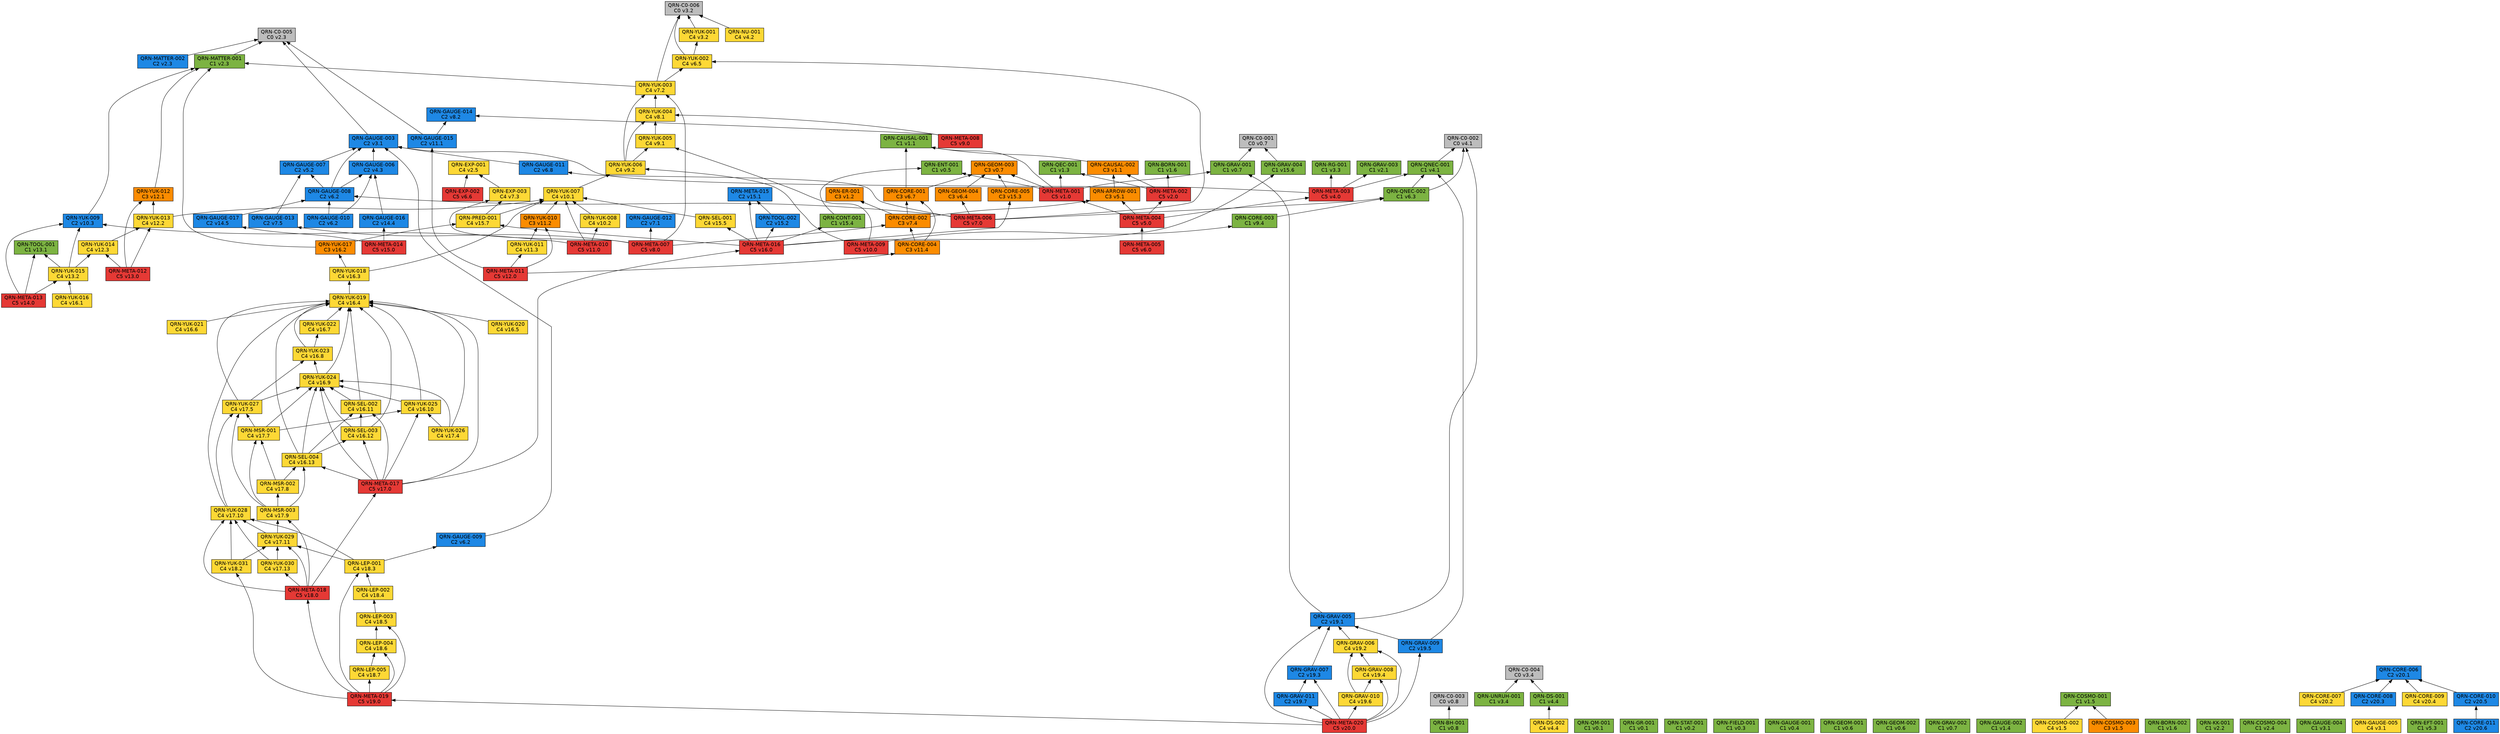
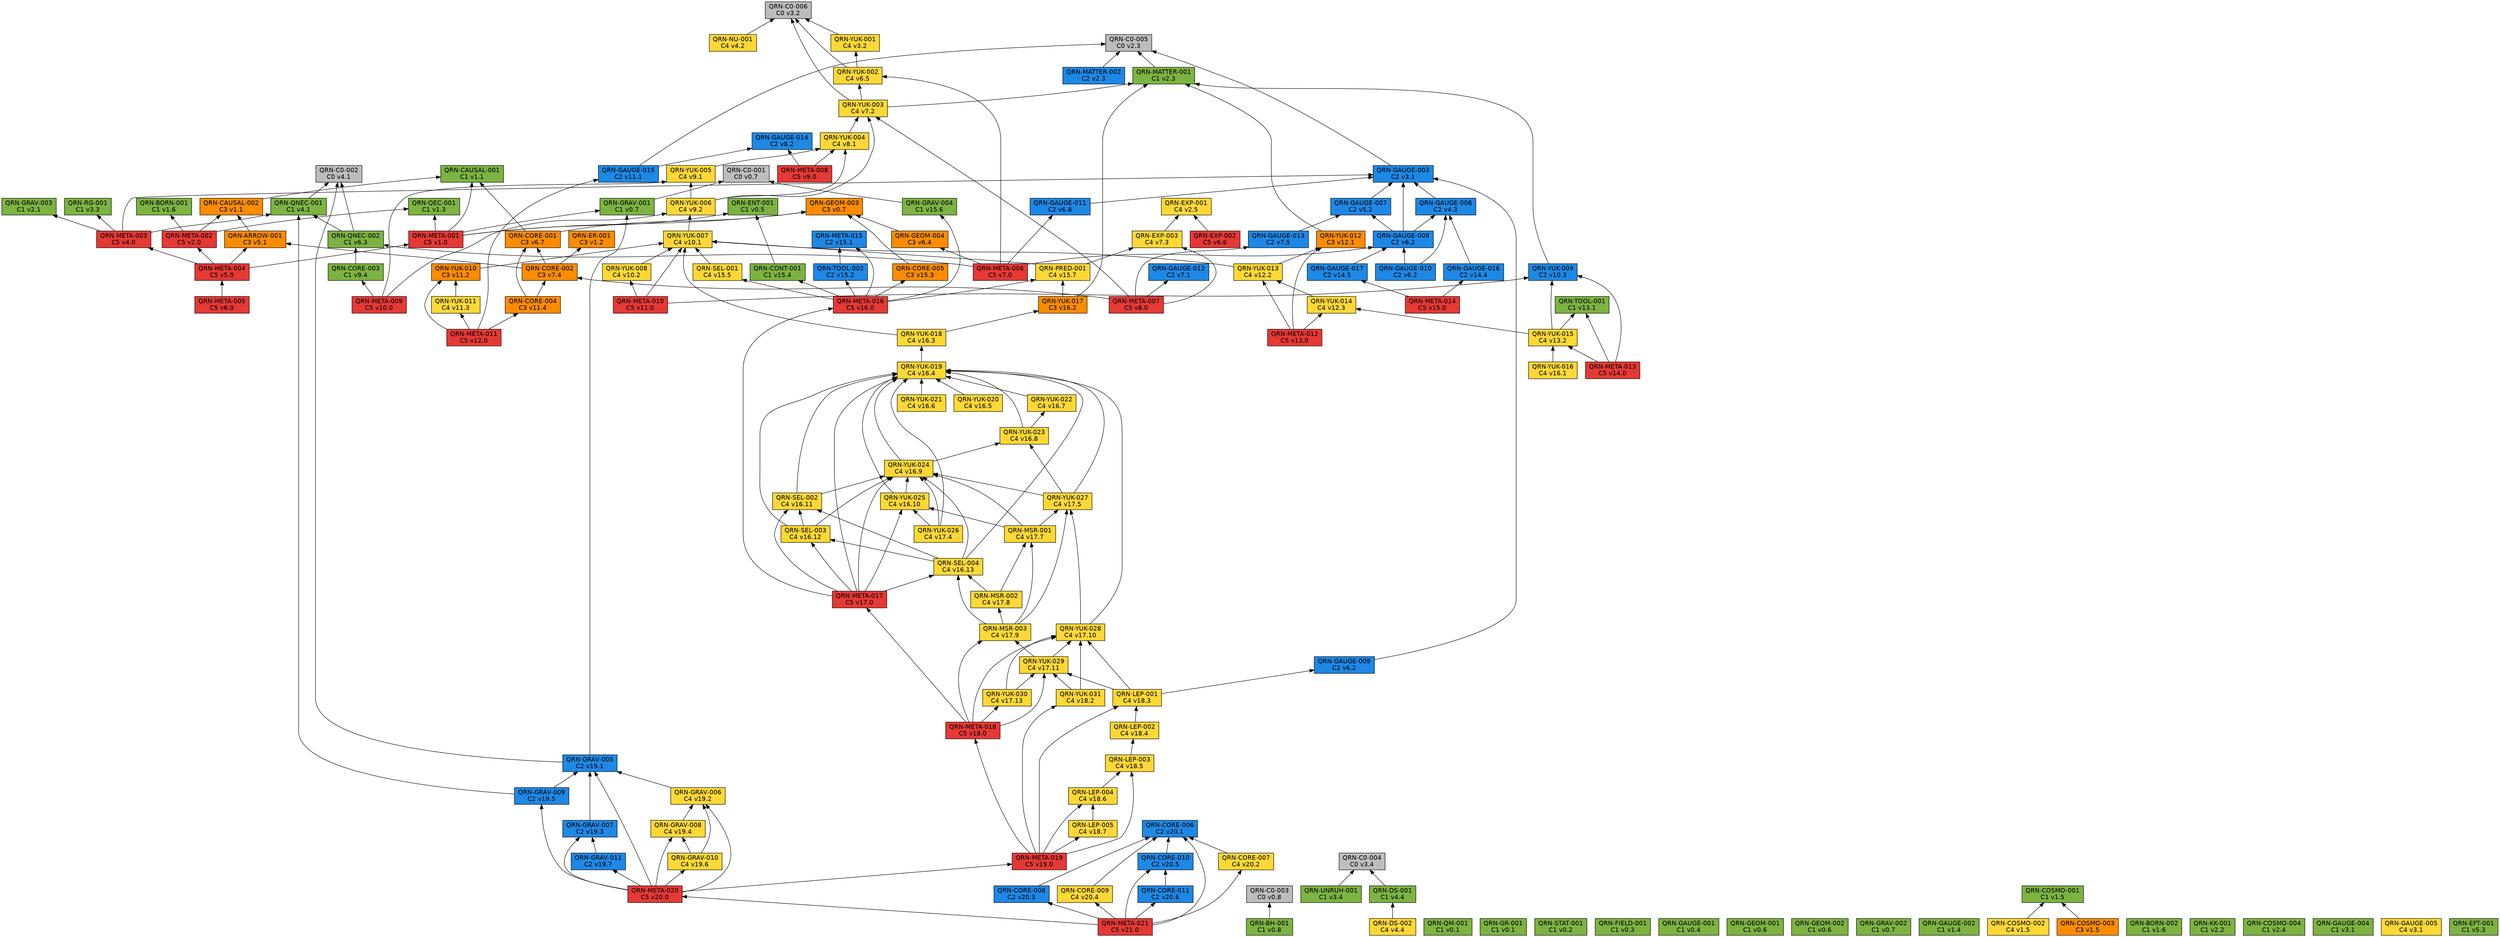
// 自動生成 (dag/report.pl) — QRN 主張依存グラフ
digraph qrn {
  rankdir=BT;
  node [shape=box, style=filled, fontname="Helvetica"];
  "QRN-C0-001" [fillcolor="#bdbdbd", label="QRN-C0-001\nC0 v0.7"];
  "QRN-C0-002" [fillcolor="#bdbdbd", label="QRN-C0-002\nC0 v4.1"];
  "QRN-C0-003" [fillcolor="#bdbdbd", label="QRN-C0-003\nC0 v0.8"];
  "QRN-C0-004" [fillcolor="#bdbdbd", label="QRN-C0-004\nC0 v3.4"];
  "QRN-C0-005" [fillcolor="#bdbdbd", label="QRN-C0-005\nC0 v2.3"];
  "QRN-C0-006" [fillcolor="#bdbdbd", label="QRN-C0-006\nC0 v3.2"];
  "QRN-QM-001" [fillcolor="#7cb342", label="QRN-QM-001\nC1 v0.1"];
  "QRN-GR-001" [fillcolor="#7cb342", label="QRN-GR-001\nC1 v0.1"];
  "QRN-STAT-001" [fillcolor="#7cb342", label="QRN-STAT-001\nC1 v0.2"];
  "QRN-FIELD-001" [fillcolor="#7cb342", label="QRN-FIELD-001\nC1 v0.3"];
  "QRN-GAUGE-001" [fillcolor="#7cb342", label="QRN-GAUGE-001\nC1 v0.4"];
  "QRN-ENT-001" [fillcolor="#7cb342", label="QRN-ENT-001\nC1 v0.5"];
  "QRN-GEOM-001" [fillcolor="#7cb342", label="QRN-GEOM-001\nC1 v0.6"];
  "QRN-GEOM-002" [fillcolor="#7cb342", label="QRN-GEOM-002\nC1 v0.6"];
  "QRN-GEOM-003" [fillcolor="#fb8c00", label="QRN-GEOM-003\nC3 v0.7"];
  "QRN-GRAV-001" [fillcolor="#7cb342", label="QRN-GRAV-001\nC1 v0.7"];
  "QRN-GRAV-002" [fillcolor="#7cb342", label="QRN-GRAV-002\nC1 v0.7"];
  "QRN-BH-001" [fillcolor="#7cb342", label="QRN-BH-001\nC1 v0.8"];
  "QRN-CAUSAL-001" [fillcolor="#7cb342", label="QRN-CAUSAL-001\nC1 v1.1"];
  "QRN-CAUSAL-002" [fillcolor="#fb8c00", label="QRN-CAUSAL-002\nC3 v1.1"];
  "QRN-ER-001" [fillcolor="#fb8c00", label="QRN-ER-001\nC3 v1.2"];
  "QRN-QEC-001" [fillcolor="#7cb342", label="QRN-QEC-001\nC1 v1.3"];
  "QRN-GAUGE-002" [fillcolor="#7cb342", label="QRN-GAUGE-002\nC1 v1.4"];
  "QRN-COSMO-001" [fillcolor="#7cb342", label="QRN-COSMO-001\nC1 v1.5"];
  "QRN-COSMO-002" [fillcolor="#fdd835", label="QRN-COSMO-002\nC4 v1.5"];
  "QRN-COSMO-003" [fillcolor="#fb8c00", label="QRN-COSMO-003\nC3 v1.5"];
  "QRN-BORN-001" [fillcolor="#7cb342", label="QRN-BORN-001\nC1 v1.6"];
  "QRN-BORN-002" [fillcolor="#7cb342", label="QRN-BORN-002\nC1 v1.6"];
  "QRN-GRAV-003" [fillcolor="#7cb342", label="QRN-GRAV-003\nC1 v2.1"];
  "QRN-KK-001" [fillcolor="#7cb342", label="QRN-KK-001\nC1 v2.2"];
  "QRN-MATTER-001" [fillcolor="#7cb342", label="QRN-MATTER-001\nC1 v2.3"];
  "QRN-MATTER-002" [fillcolor="#1e88e5", label="QRN-MATTER-002\nC2 v2.3"];
  "QRN-COSMO-004" [fillcolor="#7cb342", label="QRN-COSMO-004\nC1 v2.4"];
  "QRN-EXP-001" [fillcolor="#fdd835", label="QRN-EXP-001\nC4 v2.5"];
  "QRN-GAUGE-003" [fillcolor="#1e88e5", label="QRN-GAUGE-003\nC2 v3.1"];
  "QRN-GAUGE-004" [fillcolor="#7cb342", label="QRN-GAUGE-004\nC1 v3.1"];
  "QRN-GAUGE-005" [fillcolor="#fdd835", label="QRN-GAUGE-005\nC4 v3.1"];
  "QRN-YUK-001" [fillcolor="#fdd835", label="QRN-YUK-001\nC4 v3.2"];
  "QRN-RG-001" [fillcolor="#7cb342", label="QRN-RG-001\nC1 v3.3"];
  "QRN-UNRUH-001" [fillcolor="#7cb342", label="QRN-UNRUH-001\nC1 v3.4"];
  "QRN-QNEC-001" [fillcolor="#7cb342", label="QRN-QNEC-001\nC1 v4.1"];
  "QRN-NU-001" [fillcolor="#fdd835", label="QRN-NU-001\nC4 v4.2"];
  "QRN-GAUGE-006" [fillcolor="#1e88e5", label="QRN-GAUGE-006\nC2 v4.3"];
  "QRN-DS-001" [fillcolor="#7cb342", label="QRN-DS-001\nC1 v4.4"];
  "QRN-DS-002" [fillcolor="#fdd835", label="QRN-DS-002\nC4 v4.4"];
  "QRN-ARROW-001" [fillcolor="#fb8c00", label="QRN-ARROW-001\nC3 v5.1"];
  "QRN-GAUGE-007" [fillcolor="#1e88e5", label="QRN-GAUGE-007\nC2 v5.2"];
  "QRN-EFT-001" [fillcolor="#7cb342", label="QRN-EFT-001\nC1 v5.3"];
  "QRN-GAUGE-008" [fillcolor="#1e88e5", label="QRN-GAUGE-008\nC2 v6.2"];
  "QRN-GAUGE-009" [fillcolor="#1e88e5", label="QRN-GAUGE-009\nC2 v6.2"];
  "QRN-GAUGE-010" [fillcolor="#1e88e5", label="QRN-GAUGE-010\nC2 v6.2"];
  "QRN-QNEC-002" [fillcolor="#7cb342", label="QRN-QNEC-002\nC1 v6.3"];
  "QRN-GEOM-004" [fillcolor="#fb8c00", label="QRN-GEOM-004\nC3 v6.4"];
  "QRN-YUK-002" [fillcolor="#fdd835", label="QRN-YUK-002\nC4 v6.5"];
  "QRN-EXP-002" [fillcolor="#e53935", label="QRN-EXP-002\nC5 v6.6"];
  "QRN-CORE-001" [fillcolor="#fb8c00", label="QRN-CORE-001\nC3 v6.7"];
  "QRN-GAUGE-011" [fillcolor="#1e88e5", label="QRN-GAUGE-011\nC2 v6.8"];
  "QRN-GAUGE-012" [fillcolor="#1e88e5", label="QRN-GAUGE-012\nC2 v7.1"];
  "QRN-YUK-003" [fillcolor="#fdd835", label="QRN-YUK-003\nC4 v7.2"];
  "QRN-EXP-003" [fillcolor="#fdd835", label="QRN-EXP-003\nC4 v7.3"];
  "QRN-CORE-002" [fillcolor="#fb8c00", label="QRN-CORE-002\nC3 v7.4"];
  "QRN-GAUGE-013" [fillcolor="#1e88e5", label="QRN-GAUGE-013\nC2 v7.5"];
  "QRN-YUK-004" [fillcolor="#fdd835", label="QRN-YUK-004\nC4 v8.1"];
  "QRN-GAUGE-014" [fillcolor="#1e88e5", label="QRN-GAUGE-014\nC2 v8.2"];
  "QRN-META-001" [fillcolor="#e53935", label="QRN-META-001\nC5 v1.0"];
  "QRN-META-002" [fillcolor="#e53935", label="QRN-META-002\nC5 v2.0"];
  "QRN-META-003" [fillcolor="#e53935", label="QRN-META-003\nC5 v4.0"];
  "QRN-META-004" [fillcolor="#e53935", label="QRN-META-004\nC5 v5.0"];
  "QRN-META-005" [fillcolor="#e53935", label="QRN-META-005\nC5 v6.0"];
  "QRN-META-006" [fillcolor="#e53935", label="QRN-META-006\nC5 v7.0"];
  "QRN-META-007" [fillcolor="#e53935", label="QRN-META-007\nC5 v8.0"];
  "QRN-META-008" [fillcolor="#e53935", label="QRN-META-008\nC5 v9.0"];
  "QRN-YUK-005" [fillcolor="#fdd835", label="QRN-YUK-005\nC4 v9.1"];
  "QRN-YUK-006" [fillcolor="#fdd835", label="QRN-YUK-006\nC4 v9.2"];
  "QRN-CORE-003" [fillcolor="#7cb342", label="QRN-CORE-003\nC1 v9.4"];
  "QRN-META-009" [fillcolor="#e53935", label="QRN-META-009\nC5 v10.0"];
  "QRN-YUK-007" [fillcolor="#fdd835", label="QRN-YUK-007\nC4 v10.1"];
  "QRN-YUK-008" [fillcolor="#fdd835", label="QRN-YUK-008\nC4 v10.2"];
  "QRN-YUK-009" [fillcolor="#1e88e5", label="QRN-YUK-009\nC2 v10.3"];
  "QRN-META-010" [fillcolor="#e53935", label="QRN-META-010\nC5 v11.0"];
  "QRN-GAUGE-015" [fillcolor="#1e88e5", label="QRN-GAUGE-015\nC2 v11.1"];
  "QRN-YUK-010" [fillcolor="#fb8c00", label="QRN-YUK-010\nC3 v11.2"];
  "QRN-YUK-011" [fillcolor="#fdd835", label="QRN-YUK-011\nC4 v11.3"];
  "QRN-CORE-004" [fillcolor="#fb8c00", label="QRN-CORE-004\nC3 v11.4"];
  "QRN-META-011" [fillcolor="#e53935", label="QRN-META-011\nC5 v12.0"];
  "QRN-YUK-012" [fillcolor="#fb8c00", label="QRN-YUK-012\nC3 v12.1"];
  "QRN-YUK-013" [fillcolor="#fdd835", label="QRN-YUK-013\nC4 v12.2"];
  "QRN-YUK-014" [fillcolor="#fdd835", label="QRN-YUK-014\nC4 v12.3"];
  "QRN-META-012" [fillcolor="#e53935", label="QRN-META-012\nC5 v13.0"];
  "QRN-TOOL-001" [fillcolor="#7cb342", label="QRN-TOOL-001\nC1 v13.1"];
  "QRN-YUK-015" [fillcolor="#fdd835", label="QRN-YUK-015\nC4 v13.2"];
  "QRN-META-013" [fillcolor="#e53935", label="QRN-META-013\nC5 v14.0"];
  "QRN-GAUGE-016" [fillcolor="#1e88e5", label="QRN-GAUGE-016\nC2 v14.4"];
  "QRN-GAUGE-017" [fillcolor="#1e88e5", label="QRN-GAUGE-017\nC2 v14.5"];
  "QRN-META-014" [fillcolor="#e53935", label="QRN-META-014\nC5 v15.0"];
  "QRN-META-015" [fillcolor="#1e88e5", label="QRN-META-015\nC2 v15.1"];
  "QRN-TOOL-002" [fillcolor="#1e88e5", label="QRN-TOOL-002\nC2 v15.2"];
  "QRN-CORE-005" [fillcolor="#fb8c00", label="QRN-CORE-005\nC3 v15.3"];
  "QRN-CONT-001" [fillcolor="#7cb342", label="QRN-CONT-001\nC1 v15.4"];
  "QRN-SEL-001" [fillcolor="#fdd835", label="QRN-SEL-001\nC4 v15.5"];
  "QRN-GRAV-004" [fillcolor="#7cb342", label="QRN-GRAV-004\nC1 v15.6"];
  "QRN-PRED-001" [fillcolor="#fdd835", label="QRN-PRED-001\nC4 v15.7"];
  "QRN-META-016" [fillcolor="#e53935", label="QRN-META-016\nC5 v16.0"];
  "QRN-YUK-016" [fillcolor="#fdd835", label="QRN-YUK-016\nC4 v16.1"];
  "QRN-YUK-017" [fillcolor="#fb8c00", label="QRN-YUK-017\nC3 v16.2"];
  "QRN-YUK-018" [fillcolor="#fdd835", label="QRN-YUK-018\nC4 v16.3"];
  "QRN-YUK-019" [fillcolor="#fdd835", label="QRN-YUK-019\nC4 v16.4"];
  "QRN-YUK-020" [fillcolor="#fdd835", label="QRN-YUK-020\nC4 v16.5"];
  "QRN-YUK-021" [fillcolor="#fdd835", label="QRN-YUK-021\nC4 v16.6"];
  "QRN-YUK-022" [fillcolor="#fdd835", label="QRN-YUK-022\nC4 v16.7"];
  "QRN-YUK-023" [fillcolor="#fdd835", label="QRN-YUK-023\nC4 v16.8"];
  "QRN-YUK-024" [fillcolor="#fdd835", label="QRN-YUK-024\nC4 v16.9"];
  "QRN-YUK-025" [fillcolor="#fdd835", label="QRN-YUK-025\nC4 v16.10"];
  "QRN-SEL-002" [fillcolor="#fdd835", label="QRN-SEL-002\nC4 v16.11"];
  "QRN-SEL-003" [fillcolor="#fdd835", label="QRN-SEL-003\nC4 v16.12"];
  "QRN-SEL-004" [fillcolor="#fdd835", label="QRN-SEL-004\nC4 v16.13"];
  "QRN-META-017" [fillcolor="#e53935", label="QRN-META-017\nC5 v17.0"];
  "QRN-YUK-026" [fillcolor="#fdd835", label="QRN-YUK-026\nC4 v17.4"];
  "QRN-YUK-027" [fillcolor="#fdd835", label="QRN-YUK-027\nC4 v17.5"];
  "QRN-MSR-001" [fillcolor="#fdd835", label="QRN-MSR-001\nC4 v17.7"];
  "QRN-MSR-002" [fillcolor="#fdd835", label="QRN-MSR-002\nC4 v17.8"];
  "QRN-MSR-003" [fillcolor="#fdd835", label="QRN-MSR-003\nC4 v17.9"];
  "QRN-YUK-028" [fillcolor="#fdd835", label="QRN-YUK-028\nC4 v17.10"];
  "QRN-YUK-029" [fillcolor="#fdd835", label="QRN-YUK-029\nC4 v17.11"];
  "QRN-YUK-030" [fillcolor="#fdd835", label="QRN-YUK-030\nC4 v17.13"];
  "QRN-META-018" [fillcolor="#e53935", label="QRN-META-018\nC5 v18.0"];
  "QRN-YUK-031" [fillcolor="#fdd835", label="QRN-YUK-031\nC4 v18.2"];
  "QRN-LEP-001" [fillcolor="#fdd835", label="QRN-LEP-001\nC4 v18.3"];
  "QRN-LEP-002" [fillcolor="#fdd835", label="QRN-LEP-002\nC4 v18.4"];
  "QRN-LEP-003" [fillcolor="#fdd835", label="QRN-LEP-003\nC4 v18.5"];
  "QRN-LEP-004" [fillcolor="#fdd835", label="QRN-LEP-004\nC4 v18.6"];
  "QRN-LEP-005" [fillcolor="#fdd835", label="QRN-LEP-005\nC4 v18.7"];
  "QRN-META-019" [fillcolor="#e53935", label="QRN-META-019\nC5 v19.0"];
  "QRN-GRAV-005" [fillcolor="#1e88e5", label="QRN-GRAV-005\nC2 v19.1"];
  "QRN-GRAV-006" [fillcolor="#fdd835", label="QRN-GRAV-006\nC4 v19.2"];
  "QRN-GRAV-007" [fillcolor="#1e88e5", label="QRN-GRAV-007\nC2 v19.3"];
  "QRN-GRAV-008" [fillcolor="#fdd835", label="QRN-GRAV-008\nC4 v19.4"];
  "QRN-GRAV-009" [fillcolor="#1e88e5", label="QRN-GRAV-009\nC2 v19.5"];
  "QRN-GRAV-010" [fillcolor="#fdd835", label="QRN-GRAV-010\nC4 v19.6"];
  "QRN-GRAV-011" [fillcolor="#1e88e5", label="QRN-GRAV-011\nC2 v19.7"];
  "QRN-META-020" [fillcolor="#e53935", label="QRN-META-020\nC5 v20.0"];
  "QRN-CORE-006" [fillcolor="#1e88e5", label="QRN-CORE-006\nC2 v20.1"];
  "QRN-CORE-007" [fillcolor="#fdd835", label="QRN-CORE-007\nC4 v20.2"];
  "QRN-CORE-008" [fillcolor="#1e88e5", label="QRN-CORE-008\nC2 v20.3"];
  "QRN-CORE-009" [fillcolor="#fdd835", label="QRN-CORE-009\nC4 v20.4"];
  "QRN-CORE-010" [fillcolor="#1e88e5", label="QRN-CORE-010\nC2 v20.5"];
  "QRN-CORE-011" [fillcolor="#1e88e5", label="QRN-CORE-011\nC2 v20.6"];
+   "QRN-META-021" [fillcolor="#e53935", label="QRN-META-021\nC5 v21.0"];
  "QRN-GRAV-001" -> "QRN-C0-001";
  "QRN-BH-001" -> "QRN-C0-003";
  "QRN-CAUSAL-002" -> "QRN-CAUSAL-001";
  "QRN-COSMO-002" -> "QRN-COSMO-001";
  "QRN-COSMO-003" -> "QRN-COSMO-001";
  "QRN-MATTER-001" -> "QRN-C0-005";
  "QRN-MATTER-002" -> "QRN-C0-005";
  "QRN-GAUGE-003" -> "QRN-C0-005";
  "QRN-YUK-001" -> "QRN-C0-006";
  "QRN-UNRUH-001" -> "QRN-C0-004";
  "QRN-QNEC-001" -> "QRN-C0-002";
  "QRN-NU-001" -> "QRN-C0-006";
  "QRN-GAUGE-006" -> "QRN-GAUGE-003";
  "QRN-DS-001" -> "QRN-C0-004";
  "QRN-DS-002" -> "QRN-DS-001";
  "QRN-ARROW-001" -> "QRN-CAUSAL-002";
  "QRN-GAUGE-007" -> "QRN-GAUGE-003";
  "QRN-GAUGE-008" -> "QRN-GAUGE-003";
  "QRN-GAUGE-008" -> "QRN-GAUGE-006";
  "QRN-GAUGE-008" -> "QRN-GAUGE-007";
  "QRN-GAUGE-009" -> "QRN-GAUGE-003";
  "QRN-GAUGE-010" -> "QRN-GAUGE-006";
  "QRN-GAUGE-010" -> "QRN-GAUGE-008";
  "QRN-QNEC-002" -> "QRN-C0-002";
  "QRN-QNEC-002" -> "QRN-QNEC-001";
  "QRN-GEOM-004" -> "QRN-GEOM-003";
  "QRN-YUK-002" -> "QRN-C0-006";
  "QRN-YUK-002" -> "QRN-YUK-001";
  "QRN-EXP-002" -> "QRN-EXP-001";
  "QRN-CORE-001" -> "QRN-GEOM-003";
  "QRN-CORE-001" -> "QRN-CAUSAL-001";
  "QRN-GAUGE-011" -> "QRN-GAUGE-003";
  "QRN-YUK-003" -> "QRN-C0-006";
  "QRN-YUK-003" -> "QRN-MATTER-001";
  "QRN-YUK-003" -> "QRN-YUK-002";
  "QRN-EXP-003" -> "QRN-EXP-001";
  "QRN-CORE-002" -> "QRN-CORE-001";
  "QRN-CORE-002" -> "QRN-ER-001";
  "QRN-CORE-002" -> "QRN-ARROW-001";
  "QRN-GAUGE-013" -> "QRN-GAUGE-007";
  "QRN-YUK-004" -> "QRN-YUK-003";
  "QRN-META-001" -> "QRN-GEOM-003";
  "QRN-META-001" -> "QRN-GRAV-001";
  "QRN-META-001" -> "QRN-CAUSAL-001";
  "QRN-META-001" -> "QRN-QEC-001";
  "QRN-META-001" -> "QRN-ENT-001";
  "QRN-META-002" -> "QRN-QEC-001";
  "QRN-META-002" -> "QRN-BORN-001";
  "QRN-META-002" -> "QRN-CAUSAL-002";
  "QRN-META-003" -> "QRN-GAUGE-003";
  "QRN-META-003" -> "QRN-RG-001";
  "QRN-META-003" -> "QRN-QNEC-001";
  "QRN-META-003" -> "QRN-GRAV-003";
  "QRN-META-004" -> "QRN-META-001";
  "QRN-META-004" -> "QRN-META-002";
  "QRN-META-004" -> "QRN-META-003";
  "QRN-META-004" -> "QRN-ARROW-001";
  "QRN-META-005" -> "QRN-META-004";
  "QRN-META-006" -> "QRN-GAUGE-008";
  "QRN-META-006" -> "QRN-QNEC-002";
  "QRN-META-006" -> "QRN-GEOM-004";
  "QRN-META-006" -> "QRN-YUK-002";
  "QRN-META-006" -> "QRN-GAUGE-011";
  "QRN-META-007" -> "QRN-GAUGE-012";
  "QRN-META-007" -> "QRN-YUK-003";
  "QRN-META-007" -> "QRN-EXP-003";
  "QRN-META-007" -> "QRN-CORE-002";
  "QRN-META-007" -> "QRN-GAUGE-013";
  "QRN-META-008" -> "QRN-YUK-004";
  "QRN-META-008" -> "QRN-GAUGE-014";
  "QRN-YUK-005" -> "QRN-YUK-004";
  "QRN-YUK-006" -> "QRN-YUK-003";
  "QRN-YUK-006" -> "QRN-YUK-004";
  "QRN-YUK-006" -> "QRN-YUK-005";
  "QRN-CORE-003" -> "QRN-QNEC-002";
  "QRN-META-009" -> "QRN-YUK-005";
  "QRN-META-009" -> "QRN-YUK-006";
  "QRN-META-009" -> "QRN-CORE-003";
  "QRN-YUK-007" -> "QRN-YUK-006";
  "QRN-YUK-008" -> "QRN-YUK-007";
  "QRN-YUK-009" -> "QRN-MATTER-001";
  "QRN-META-010" -> "QRN-YUK-007";
  "QRN-META-010" -> "QRN-YUK-008";
  "QRN-META-010" -> "QRN-YUK-009";
  "QRN-GAUGE-015" -> "QRN-C0-005";
  "QRN-GAUGE-015" -> "QRN-GAUGE-014";
  "QRN-YUK-010" -> "QRN-YUK-007";
  "QRN-YUK-011" -> "QRN-YUK-010";
  "QRN-CORE-004" -> "QRN-CORE-001";
  "QRN-CORE-004" -> "QRN-CORE-002";
  "QRN-META-011" -> "QRN-GAUGE-015";
  "QRN-META-011" -> "QRN-YUK-010";
  "QRN-META-011" -> "QRN-YUK-011";
  "QRN-META-011" -> "QRN-CORE-004";
  "QRN-YUK-012" -> "QRN-MATTER-001";
  "QRN-YUK-013" -> "QRN-YUK-012";
  "QRN-YUK-013" -> "QRN-YUK-007";
  "QRN-YUK-014" -> "QRN-YUK-013";
  "QRN-META-012" -> "QRN-YUK-012";
  "QRN-META-012" -> "QRN-YUK-013";
  "QRN-META-012" -> "QRN-YUK-014";
  "QRN-YUK-015" -> "QRN-YUK-014";
  "QRN-YUK-015" -> "QRN-TOOL-001";
  "QRN-YUK-015" -> "QRN-YUK-009";
  "QRN-META-013" -> "QRN-YUK-015";
  "QRN-META-013" -> "QRN-TOOL-001";
  "QRN-META-013" -> "QRN-YUK-009";
  "QRN-GAUGE-016" -> "QRN-GAUGE-006";
  "QRN-GAUGE-017" -> "QRN-GAUGE-008";
  "QRN-META-014" -> "QRN-GAUGE-016";
  "QRN-META-014" -> "QRN-GAUGE-017";
  "QRN-TOOL-002" -> "QRN-META-015";
  "QRN-CORE-005" -> "QRN-GEOM-003";
  "QRN-CONT-001" -> "QRN-ENT-001";
  "QRN-SEL-001" -> "QRN-YUK-007";
  "QRN-GRAV-004" -> "QRN-C0-001";
  "QRN-PRED-001" -> "QRN-YUK-007";
  "QRN-PRED-001" -> "QRN-EXP-003";
  "QRN-META-016" -> "QRN-META-015";
  "QRN-META-016" -> "QRN-TOOL-002";
  "QRN-META-016" -> "QRN-CORE-005";
  "QRN-META-016" -> "QRN-CONT-001";
  "QRN-META-016" -> "QRN-SEL-001";
  "QRN-META-016" -> "QRN-GRAV-004";
  "QRN-META-016" -> "QRN-PRED-001";
  "QRN-YUK-016" -> "QRN-YUK-015";
  "QRN-YUK-017" -> "QRN-MATTER-001";
  "QRN-YUK-017" -> "QRN-PRED-001";
  "QRN-YUK-018" -> "QRN-YUK-017";
  "QRN-YUK-018" -> "QRN-YUK-007";
  "QRN-YUK-019" -> "QRN-YUK-018";
  "QRN-YUK-020" -> "QRN-YUK-019";
  "QRN-YUK-021" -> "QRN-YUK-019";
  "QRN-YUK-022" -> "QRN-YUK-019";
  "QRN-YUK-023" -> "QRN-YUK-019";
  "QRN-YUK-023" -> "QRN-YUK-022";
  "QRN-YUK-024" -> "QRN-YUK-019";
  "QRN-YUK-024" -> "QRN-YUK-023";
  "QRN-YUK-025" -> "QRN-YUK-019";
  "QRN-YUK-025" -> "QRN-YUK-024";
  "QRN-SEL-002" -> "QRN-YUK-019";
  "QRN-SEL-002" -> "QRN-YUK-024";
  "QRN-SEL-003" -> "QRN-YUK-019";
  "QRN-SEL-003" -> "QRN-YUK-024";
  "QRN-SEL-003" -> "QRN-SEL-002";
  "QRN-SEL-004" -> "QRN-YUK-019";
  "QRN-SEL-004" -> "QRN-YUK-024";
  "QRN-SEL-004" -> "QRN-SEL-002";
  "QRN-SEL-004" -> "QRN-SEL-003";
  "QRN-META-017" -> "QRN-META-016";
  "QRN-META-017" -> "QRN-YUK-019";
  "QRN-META-017" -> "QRN-YUK-024";
  "QRN-META-017" -> "QRN-YUK-025";
  "QRN-META-017" -> "QRN-SEL-002";
  "QRN-META-017" -> "QRN-SEL-003";
  "QRN-META-017" -> "QRN-SEL-004";
  "QRN-YUK-026" -> "QRN-YUK-019";
  "QRN-YUK-026" -> "QRN-YUK-024";
  "QRN-YUK-026" -> "QRN-YUK-025";
  "QRN-YUK-027" -> "QRN-YUK-019";
  "QRN-YUK-027" -> "QRN-YUK-023";
  "QRN-YUK-027" -> "QRN-YUK-024";
  "QRN-MSR-001" -> "QRN-YUK-024";
  "QRN-MSR-001" -> "QRN-YUK-025";
  "QRN-MSR-001" -> "QRN-YUK-027";
  "QRN-MSR-002" -> "QRN-SEL-004";
  "QRN-MSR-002" -> "QRN-MSR-001";
  "QRN-MSR-003" -> "QRN-MSR-001";
  "QRN-MSR-003" -> "QRN-MSR-002";
  "QRN-MSR-003" -> "QRN-SEL-004";
  "QRN-MSR-003" -> "QRN-YUK-027";
  "QRN-YUK-028" -> "QRN-YUK-019";
  "QRN-YUK-028" -> "QRN-YUK-027";
  "QRN-YUK-029" -> "QRN-YUK-028";
  "QRN-YUK-029" -> "QRN-MSR-003";
  "QRN-YUK-030" -> "QRN-YUK-028";
  "QRN-YUK-030" -> "QRN-YUK-029";
  "QRN-META-018" -> "QRN-META-017";
  "QRN-META-018" -> "QRN-MSR-003";
  "QRN-META-018" -> "QRN-YUK-028";
  "QRN-META-018" -> "QRN-YUK-029";
  "QRN-META-018" -> "QRN-YUK-030";
  "QRN-YUK-031" -> "QRN-YUK-028";
  "QRN-YUK-031" -> "QRN-YUK-029";
  "QRN-LEP-001" -> "QRN-YUK-028";
  "QRN-LEP-001" -> "QRN-YUK-029";
  "QRN-LEP-001" -> "QRN-GAUGE-009";
  "QRN-LEP-002" -> "QRN-LEP-001";
  "QRN-LEP-003" -> "QRN-LEP-002";
  "QRN-LEP-004" -> "QRN-LEP-003";
  "QRN-LEP-005" -> "QRN-LEP-004";
  "QRN-META-019" -> "QRN-META-018";
  "QRN-META-019" -> "QRN-YUK-031";
  "QRN-META-019" -> "QRN-LEP-001";
  "QRN-META-019" -> "QRN-LEP-003";
  "QRN-META-019" -> "QRN-LEP-004";
  "QRN-META-019" -> "QRN-LEP-005";
  "QRN-GRAV-005" -> "QRN-C0-002";
  "QRN-GRAV-005" -> "QRN-GRAV-001";
  "QRN-GRAV-006" -> "QRN-GRAV-005";
  "QRN-GRAV-007" -> "QRN-GRAV-005";
  "QRN-GRAV-008" -> "QRN-GRAV-006";
  "QRN-GRAV-009" -> "QRN-GRAV-005";
  "QRN-GRAV-009" -> "QRN-QNEC-001";
  "QRN-GRAV-010" -> "QRN-GRAV-006";
  "QRN-GRAV-010" -> "QRN-GRAV-008";
  "QRN-GRAV-011" -> "QRN-GRAV-007";
  "QRN-META-020" -> "QRN-META-019";
  "QRN-META-020" -> "QRN-GRAV-005";
  "QRN-META-020" -> "QRN-GRAV-006";
  "QRN-META-020" -> "QRN-GRAV-007";
  "QRN-META-020" -> "QRN-GRAV-008";
  "QRN-META-020" -> "QRN-GRAV-009";
  "QRN-META-020" -> "QRN-GRAV-010";
  "QRN-META-020" -> "QRN-GRAV-011";
  "QRN-CORE-007" -> "QRN-CORE-006";
  "QRN-CORE-008" -> "QRN-CORE-006";
  "QRN-CORE-009" -> "QRN-CORE-006";
  "QRN-CORE-010" -> "QRN-CORE-006";
  "QRN-CORE-011" -> "QRN-CORE-010";
+   "QRN-META-021" -> "QRN-META-020";
+   "QRN-META-021" -> "QRN-CORE-006";
+   "QRN-META-021" -> "QRN-CORE-007";
+   "QRN-META-021" -> "QRN-CORE-008";
+   "QRN-META-021" -> "QRN-CORE-009";
+   "QRN-META-021" -> "QRN-CORE-010";
+   "QRN-META-021" -> "QRN-CORE-011";
}
